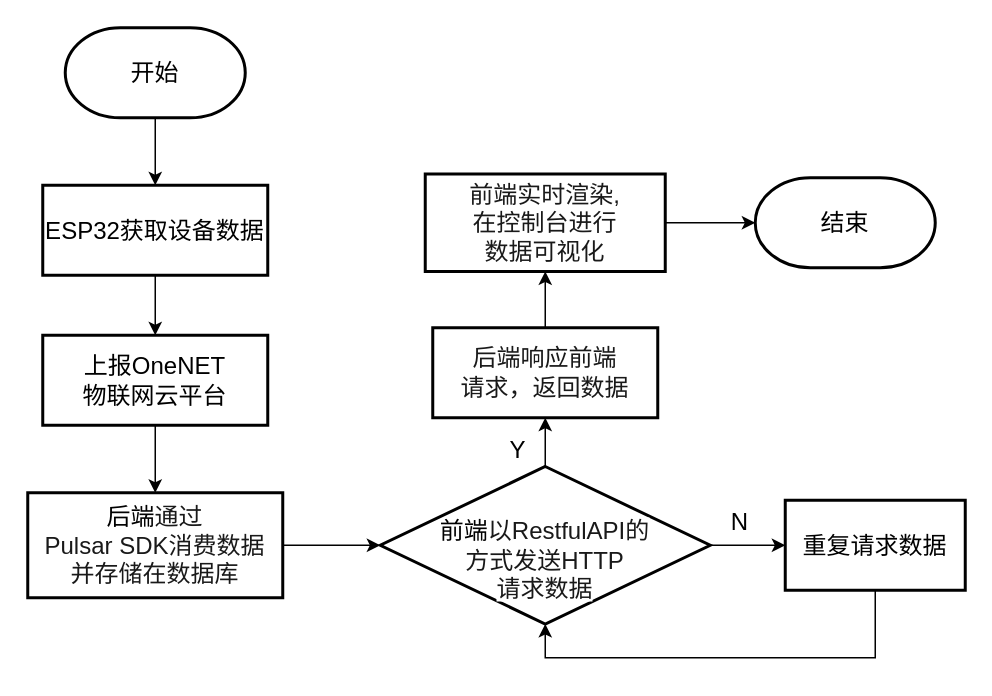
Earlier version of the draw.io diagram 数据可视化.drawio (zhangruyi3906/img). Source tidied: cells renumbered, new cells numbered last; positions are measured from the earlier drawing's top-left corner, leaving out a move shared by most shapes. Both pictures are drawn from the tidied source at 150%, with x=0, y=0 at pixel (27, 27).
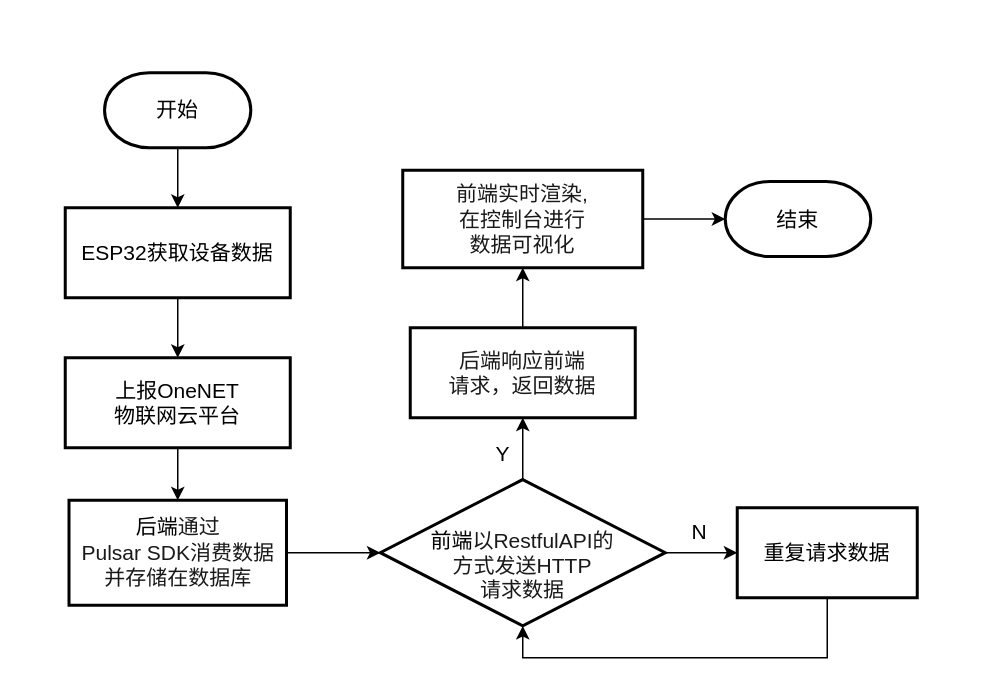
After the change.

Commit message (it also covers changes not shown here):
更新数据可视化.drawio

Change to the diagram source:
```diff
@@
-    <mxCell id="3" value="&lt;font style=&quot;font-size: 16px;&quot;&gt;开始&lt;/font&gt;" style="strokeWidth=2;html=1;shape=mxgraph.flowchart.terminator;whiteSpace=wrap;labelBackgroundColor=none;" parent="1" vertex="1">
-      <mxGeometry x="25" width="120" height="60" as="geometry" />
+    <mxCell id="3" value="&lt;font style=&quot;font-size: 14px;&quot;&gt;开始&lt;/font&gt;" style="strokeWidth=2;html=1;shape=mxgraph.flowchart.terminator;whiteSpace=wrap;labelBackgroundColor=none;" parent="1" vertex="1">
+      <mxGeometry x="51.2" y="30" width="97.5" height="50" as="geometry" />
     </mxCell>
@@
-    <mxCell id="5" value="&lt;font style=&quot;font-size: 16px;&quot;&gt;ESP32获取设备数据&lt;/font&gt;" style="whiteSpace=wrap;html=1;strokeWidth=2;labelBackgroundColor=none;" parent="1" vertex="1">
-      <mxGeometry x="10" y="105" width="150" height="60" as="geometry" />
+    <mxCell id="5" value="&lt;font style=&quot;font-size: 14px;&quot;&gt;ESP32获取设备数据&lt;/font&gt;" style="whiteSpace=wrap;html=1;strokeWidth=2;labelBackgroundColor=none;" parent="1" vertex="1">
+      <mxGeometry x="25" y="120" width="150" height="60" as="geometry" />
     </mxCell>
@@
-    <mxCell id="8" value="&lt;font style=&quot;font-size: 16px;&quot;&gt;上报OneNET&lt;/font&gt;&lt;div&gt;&lt;font style=&quot;font-size: 16px;&quot;&gt;物联网云平台&lt;/font&gt;&lt;/div&gt;" style="whiteSpace=wrap;html=1;strokeWidth=2;labelBackgroundColor=none;" parent="1" vertex="1">
-      <mxGeometry x="10" y="205" width="150" height="60" as="geometry" />
+    <mxCell id="8" value="&lt;font style=&quot;font-size: 14px;&quot;&gt;上报OneNET&lt;/font&gt;&lt;div&gt;&lt;font style=&quot;font-size: 14px;&quot;&gt;物联网云平台&lt;/font&gt;&lt;/div&gt;" style="whiteSpace=wrap;html=1;strokeWidth=2;labelBackgroundColor=none;" parent="1" vertex="1">
+      <mxGeometry x="25" y="220" width="150" height="60" as="geometry" />
     </mxCell>
@@
-    <mxCell id="10" value="&lt;font style=&quot;font-size: 16px;&quot; face=&quot;Helvetica&quot;&gt;后端&lt;span style=&quot;white-space-collapse: preserve; color: rgba(0, 0, 0, 0.9); text-align: left; background-color: rgb(255, 255, 255);&quot;&gt;通过&lt;/span&gt;&lt;/font&gt;&lt;div&gt;&lt;span style=&quot;color: rgba(0, 0, 0, 0.9); text-align: left; white-space-collapse: preserve; background-color: rgb(255, 255, 255);&quot;&gt;&lt;font style=&quot;font-size: 16px;&quot; face=&quot;Helvetica&quot;&gt;Pulsar SDK消费数据&lt;/font&gt;&lt;/span&gt;&lt;/div&gt;&lt;div&gt;&lt;span style=&quot;color: rgba(0, 0, 0, 0.9); text-align: left; white-space-collapse: preserve; background-color: rgb(255, 255, 255);&quot;&gt;&lt;font style=&quot;font-size: 16px;&quot; face=&quot;Helvetica&quot;&gt;并存储在数据库&lt;/font&gt;&lt;/span&gt;&lt;/div&gt;" style="whiteSpace=wrap;html=1;strokeWidth=2;labelBackgroundColor=none;" parent="1" vertex="1">
-      <mxGeometry y="310" width="170" height="70" as="geometry" />
+    <mxCell id="10" value="&lt;font style=&quot;font-size: 14px;&quot; face=&quot;Helvetica&quot;&gt;后端&lt;span style=&quot;white-space-collapse: preserve; color: rgba(0, 0, 0, 0.9); text-align: left; background-color: rgb(255, 255, 255);&quot;&gt;通过&lt;/span&gt;&lt;/font&gt;&lt;div&gt;&lt;span style=&quot;color: rgba(0, 0, 0, 0.9); text-align: left; white-space-collapse: preserve; background-color: rgb(255, 255, 255);&quot;&gt;&lt;font style=&quot;font-size: 14px;&quot; face=&quot;Helvetica&quot;&gt;Pulsar SDK消费数据&lt;/font&gt;&lt;/span&gt;&lt;/div&gt;&lt;div&gt;&lt;span style=&quot;color: rgba(0, 0, 0, 0.9); text-align: left; white-space-collapse: preserve; background-color: rgb(255, 255, 255);&quot;&gt;&lt;font style=&quot;font-size: 14px;&quot; face=&quot;Helvetica&quot;&gt;并存储在数据库&lt;/font&gt;&lt;/span&gt;&lt;/div&gt;" style="whiteSpace=wrap;html=1;strokeWidth=2;labelBackgroundColor=none;" parent="1" vertex="1">
+      <mxGeometry x="27.5" y="315" width="145" height="70" as="geometry" />
     </mxCell>
@@
-    <mxCell id="13" value="&lt;div&gt;&lt;span style=&quot;font-size: 16px; background-color: transparent; color: light-dark(rgb(0, 0, 0), rgb(255, 255, 255));&quot;&gt;&lt;br&gt;&lt;/span&gt;&lt;/div&gt;&lt;div&gt;&lt;span style=&quot;font-size: 16px; background-color: transparent; color: light-dark(rgb(0, 0, 0), rgb(255, 255, 255));&quot;&gt;前端&lt;/span&gt;&lt;span style=&quot;font-size: 16px; white-space-collapse: preserve; color: rgba(0, 0, 0, 0.9); text-align: left; background-color: rgb(255, 255, 255);&quot;&gt;以&lt;/span&gt;&lt;span style=&quot;font-size: 16px; white-space-collapse: preserve; color: rgba(0, 0, 0, 0.9); text-align: left; background-color: rgb(255, 255, 255);&quot;&gt;&lt;font face=&quot;Helvetica&quot;&gt;RestfulAPI&lt;/font&gt;&lt;/span&gt;&lt;span style=&quot;font-size: 16px; white-space-collapse: preserve; color: rgba(0, 0, 0, 0.9); text-align: left; background-color: rgb(255, 255, 255);&quot;&gt;的&lt;/span&gt;&lt;/div&gt;&lt;div&gt;&lt;font style=&quot;font-size: 16px;&quot;&gt;&lt;span style=&quot;color: rgba(0, 0, 0, 0.9); text-align: left; white-space-collapse: preserve; background-color: rgb(255, 255, 255);&quot;&gt;方式发送&lt;/span&gt;&lt;span style=&quot;color: rgba(0, 0, 0, 0.9); text-align: left; white-space-collapse: preserve; background-color: rgb(255, 255, 255);&quot;&gt;&lt;font face=&quot;Helvetica&quot;&gt;HTTP&lt;/font&gt;&lt;/span&gt;&lt;/font&gt;&lt;/div&gt;&lt;div&gt;&lt;font style=&quot;font-size: 16px;&quot;&gt;&lt;span style=&quot;color: rgba(0, 0, 0, 0.9); text-align: left; white-space-collapse: preserve; background-color: rgb(255, 255, 255);&quot;&gt;请求&lt;/span&gt;&lt;/font&gt;&lt;span style=&quot;font-size: 16px; background-color: light-dark(rgb(255, 255, 255), rgb(18, 18, 18)); color: light-dark(rgba(0, 0, 0, 0.9), rgb(237, 237, 237)); text-align: left; white-space-collapse: preserve;&quot;&gt;数据&lt;/span&gt;&lt;/div&gt;" style="rhombus;whiteSpace=wrap;html=1;strokeWidth=2;labelBackgroundColor=none;" parent="1" vertex="1">
-      <mxGeometry x="235" y="292.5" width="220" height="105" as="geometry" />
+    <mxCell id="13" value="&lt;div&gt;&lt;span style=&quot;background-color: transparent; color: light-dark(rgb(0, 0, 0), rgb(255, 255, 255));&quot;&gt;&lt;font style=&quot;font-size: 14px;&quot;&gt;&lt;br&gt;&lt;/font&gt;&lt;/span&gt;&lt;/div&gt;&lt;div&gt;&lt;font style=&quot;font-size: 14px;&quot;&gt;&lt;span style=&quot;background-color: transparent; color: light-dark(rgb(0, 0, 0), rgb(255, 255, 255));&quot;&gt;前端&lt;/span&gt;&lt;span style=&quot;white-space-collapse: preserve; color: rgba(0, 0, 0, 0.9); text-align: left; background-color: rgb(255, 255, 255);&quot;&gt;以&lt;/span&gt;&lt;span style=&quot;white-space-collapse: preserve; color: rgba(0, 0, 0, 0.9); text-align: left; background-color: rgb(255, 255, 255);&quot;&gt;&lt;font face=&quot;Helvetica&quot;&gt;RestfulAPI&lt;/font&gt;&lt;/span&gt;&lt;span style=&quot;white-space-collapse: preserve; color: rgba(0, 0, 0, 0.9); text-align: left; background-color: rgb(255, 255, 255);&quot;&gt;的&lt;/span&gt;&lt;/font&gt;&lt;/div&gt;&lt;div&gt;&lt;font style=&quot;font-size: 14px;&quot;&gt;&lt;span style=&quot;color: rgba(0, 0, 0, 0.9); text-align: left; white-space-collapse: preserve; background-color: rgb(255, 255, 255);&quot;&gt;方式发送&lt;/span&gt;&lt;span style=&quot;color: rgba(0, 0, 0, 0.9); text-align: left; white-space-collapse: preserve; background-color: rgb(255, 255, 255);&quot;&gt;&lt;font face=&quot;Helvetica&quot;&gt;HTTP&lt;/font&gt;&lt;/span&gt;&lt;/font&gt;&lt;/div&gt;&lt;div&gt;&lt;font style=&quot;font-size: 14px;&quot;&gt;&lt;font style=&quot;&quot;&gt;&lt;span style=&quot;color: rgba(0, 0, 0, 0.9); text-align: left; white-space-collapse: preserve; background-color: rgb(255, 255, 255);&quot;&gt;请求&lt;/span&gt;&lt;/font&gt;&lt;span style=&quot;background-color: light-dark(rgb(255, 255, 255), rgb(18, 18, 18)); color: light-dark(rgba(0, 0, 0, 0.9), rgb(237, 237, 237)); text-align: left; white-space-collapse: preserve;&quot;&gt;数据&lt;/span&gt;&lt;/font&gt;&lt;/div&gt;" style="rhombus;whiteSpace=wrap;html=1;strokeWidth=2;labelBackgroundColor=none;" parent="1" vertex="1">
+      <mxGeometry x="235" y="301.2" width="190" height="97.5" as="geometry" />
     </mxCell>
@@
-    <mxCell id="15" value="&lt;span style=&quot;color: rgba(0, 0, 0, 0.9); text-align: left; white-space-collapse: preserve; background-color: rgb(255, 255, 255);&quot;&gt;&lt;font face=&quot;Helvetica&quot; style=&quot;font-size: 16px;&quot;&gt;后端响应前端&lt;/font&gt;&lt;/span&gt;&lt;div&gt;&lt;span style=&quot;color: rgba(0, 0, 0, 0.9); text-align: left; white-space-collapse: preserve; background-color: rgb(255, 255, 255);&quot;&gt;&lt;font face=&quot;Helvetica&quot; style=&quot;font-size: 16px;&quot;&gt;请求，返回数据&lt;/font&gt;&lt;/span&gt;&lt;/div&gt;" style="whiteSpace=wrap;html=1;strokeWidth=2;labelBackgroundColor=none;" parent="1" vertex="1">
-      <mxGeometry x="270" y="200" width="150" height="60" as="geometry" />
+    <mxCell id="15" value="&lt;span style=&quot;color: rgba(0, 0, 0, 0.9); text-align: left; white-space-collapse: preserve; background-color: rgb(255, 255, 255);&quot;&gt;&lt;font face=&quot;Helvetica&quot; style=&quot;font-size: 14px;&quot;&gt;后端响应前端&lt;/font&gt;&lt;/span&gt;&lt;div&gt;&lt;span style=&quot;color: rgba(0, 0, 0, 0.9); text-align: left; white-space-collapse: preserve; background-color: rgb(255, 255, 255);&quot;&gt;&lt;font face=&quot;Helvetica&quot; style=&quot;font-size: 14px;&quot;&gt;请求，返回数据&lt;/font&gt;&lt;/span&gt;&lt;/div&gt;" style="whiteSpace=wrap;html=1;strokeWidth=2;labelBackgroundColor=none;" parent="1" vertex="1">
+      <mxGeometry x="255" y="200" width="150" height="60" as="geometry" />
     </mxCell>
@@
-    <mxCell id="17" value="&lt;span style=&quot;white-space-collapse: preserve; color: rgba(0, 0, 0, 0.9); text-align: left; background-color: rgb(255, 255, 255);&quot;&gt;&lt;font face=&quot;Helvetica&quot; style=&quot;font-size: 16px;&quot;&gt;前端&lt;/font&gt;&lt;/span&gt;&lt;span style=&quot;font-size: 16px; white-space-collapse: preserve; color: rgba(0, 0, 0, 0.9); text-align: left; background-color: rgb(255, 255, 255);&quot;&gt;实时渲染,&lt;/span&gt;&lt;div&gt;&lt;span style=&quot;font-size: 16px; white-space-collapse: preserve; background-color: rgb(255, 255, 255); color: rgba(0, 0, 0, 0.9); text-align: left;&quot;&gt;在控制台进行&lt;/span&gt;&lt;/div&gt;&lt;div&gt;&lt;span style=&quot;font-size: 16px; white-space-collapse: preserve; background-color: rgb(255, 255, 255); color: rgba(0, 0, 0, 0.9); text-align: left;&quot;&gt;数据可视化&lt;/span&gt;&lt;/div&gt;" style="whiteSpace=wrap;html=1;strokeWidth=2;labelBackgroundColor=none;" parent="1" vertex="1">
-      <mxGeometry x="265" y="97.5" width="160" height="65" as="geometry" />
+    <mxCell id="17" value="&lt;font style=&quot;font-size: 14px;&quot;&gt;&lt;span style=&quot;white-space-collapse: preserve; color: rgba(0, 0, 0, 0.9); text-align: left; background-color: rgb(255, 255, 255);&quot;&gt;&lt;font face=&quot;Helvetica&quot; style=&quot;&quot;&gt;前端&lt;/font&gt;&lt;/span&gt;&lt;span style=&quot;white-space-collapse: preserve; color: rgba(0, 0, 0, 0.9); text-align: left; background-color: rgb(255, 255, 255);&quot;&gt;实时渲染,&lt;/span&gt;&lt;/font&gt;&lt;div&gt;&lt;span style=&quot;white-space-collapse: preserve; background-color: rgb(255, 255, 255); color: rgba(0, 0, 0, 0.9); text-align: left;&quot;&gt;&lt;font style=&quot;font-size: 14px;&quot;&gt;在控制台进行&lt;/font&gt;&lt;/span&gt;&lt;/div&gt;&lt;div&gt;&lt;span style=&quot;white-space-collapse: preserve; background-color: rgb(255, 255, 255); color: rgba(0, 0, 0, 0.9); text-align: left;&quot;&gt;&lt;font style=&quot;font-size: 14px;&quot;&gt;数据可视化&lt;/font&gt;&lt;/span&gt;&lt;/div&gt;" style="whiteSpace=wrap;html=1;strokeWidth=2;labelBackgroundColor=none;" parent="1" vertex="1">
+      <mxGeometry x="250" y="95" width="160" height="65" as="geometry" />
     </mxCell>
-    <mxCell id="18" value="&lt;span style=&quot;font-size: 16px;&quot;&gt;结束&lt;/span&gt;" style="strokeWidth=2;html=1;shape=mxgraph.flowchart.terminator;whiteSpace=wrap;" parent="1" vertex="1">
-      <mxGeometry x="485" y="100" width="120" height="60" as="geometry" />
+    <mxCell id="18" value="&lt;font style=&quot;font-size: 14px;&quot;&gt;结束&lt;/font&gt;" style="strokeWidth=2;html=1;shape=mxgraph.flowchart.terminator;whiteSpace=wrap;" parent="1" vertex="1">
+      <mxGeometry x="465" y="102.5" width="97" height="50" as="geometry" />
     </mxCell>
-    <mxCell id="19" style="edgeStyle=orthogonalEdgeStyle;rounded=0;jettySize=auto;html=1;" parent="1" edge="1" source="20">
-      <mxGeometry relative="1" as="geometry">
-        <mxPoint x="345" y="397.5" as="targetPoint" />
-        <Array as="points">
-          <mxPoint x="565" y="420" />
-          <mxPoint x="345" y="420" />
-        </Array>
-      </mxGeometry>
-    </mxCell>
+    <mxCell id="23" style="edgeStyle=orthogonalEdgeStyle;rounded=0;jettySize=auto;html=1;" parent="1" edge="1" source="20">
+      <mxGeometry relative="1" as="geometry">
+        <mxPoint x="330" y="398.8" as="targetPoint" />
+        <Array as="points">
+          <mxPoint x="533" y="420" />
+          <mxPoint x="330" y="420" />
+        </Array>
+      </mxGeometry>
+    </mxCell>
-    <mxCell id="20" value="&lt;font style=&quot;font-size: 16px;&quot;&gt;重复请求数据&lt;/font&gt;" style="whiteSpace=wrap;html=1;strokeWidth=2;labelBackgroundColor=none;" parent="1" vertex="1">
-      <mxGeometry x="505" y="315" width="120" height="60" as="geometry" />
+    <mxCell id="20" value="&lt;font style=&quot;font-size: 14px;&quot;&gt;重复请求数据&lt;/font&gt;" style="whiteSpace=wrap;html=1;strokeWidth=2;labelBackgroundColor=none;" parent="1" vertex="1">
+      <mxGeometry x="473" y="320" width="120" height="60" as="geometry" />
     </mxCell>
-    <mxCell id="21" value="&lt;font style=&quot;font-size: 16px;&quot;&gt;N&lt;/font&gt;" style="text;html=1;align=center;verticalAlign=middle;whiteSpace=wrap;rounded=0;" parent="1" vertex="1">
-      <mxGeometry x="445" y="314" width="60" height="30" as="geometry" />
+    <mxCell id="21" value="&lt;font style=&quot;font-size: 14px;&quot;&gt;N&lt;/font&gt;" style="text;html=1;align=center;verticalAlign=middle;whiteSpace=wrap;rounded=0;" parent="1" vertex="1">
+      <mxGeometry x="418" y="321" width="60" height="30" as="geometry" />
     </mxCell>
-    <mxCell id="22" value="&lt;font style=&quot;font-size: 16px;&quot;&gt;Y&lt;/font&gt;" style="text;html=1;align=center;verticalAlign=middle;whiteSpace=wrap;rounded=0;" parent="1" vertex="1">
-      <mxGeometry x="297" y="266" width="60" height="30" as="geometry" />
+    <mxCell id="22" value="&lt;font style=&quot;font-size: 14px;&quot;&gt;Y&lt;/font&gt;" style="text;html=1;align=center;verticalAlign=middle;whiteSpace=wrap;rounded=0;" parent="1" vertex="1">
+      <mxGeometry x="287" y="269" width="60" height="30" as="geometry" />
     </mxCell>
```
